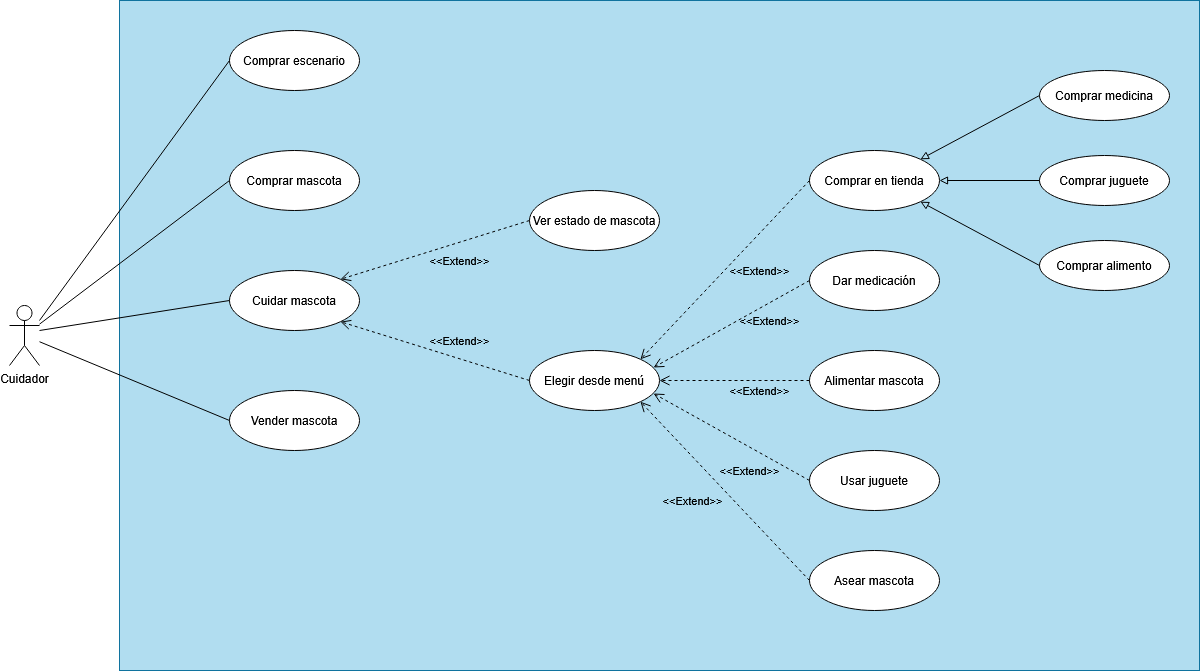
This is DiagramaDeCasos.png from Diego-Mtus/Proyecto-Final-DOO, a draw.io export, as it was before one commit. Source tidied: cells renumbered, new cells last; positions are measured from the earlier drawing's top-left corner, leaving out a move shared by most shapes.
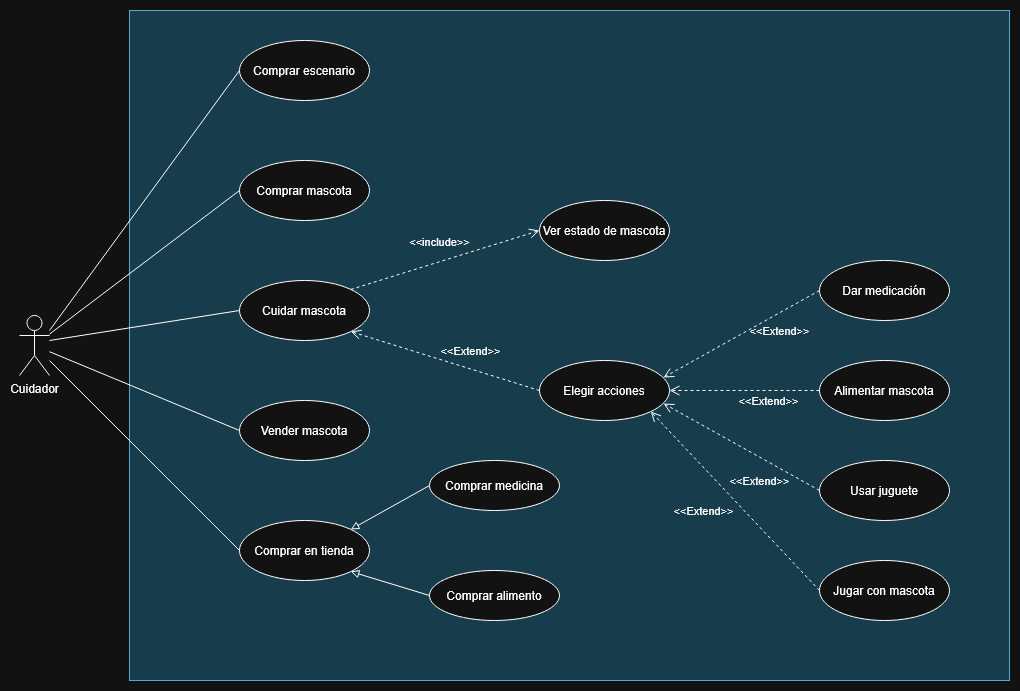
Above is the later version.

Commit message:
Actualización de diagrama de casos, también se agregaron los puntos requeridos del informe

The edit, as a diff of the source:
```diff
@@ -3,7 +3,7 @@
     <mxCell id="0" />
     <mxCell id="1" parent="0" />
     <mxCell id="2" style="rounded=0;whiteSpace=wrap;html=1;fillColor=#b1ddf0;strokeColor=#10739e;" parent="1" vertex="1">
-      <mxGeometry x="110" width="1080" height="670" as="geometry" />
+      <mxGeometry x="110" width="880" height="670" as="geometry" />
     </mxCell>
     <mxCell id="3" value="Comprar escenario" style="ellipse;whiteSpace=wrap;html=1;" parent="1" vertex="1">
       <mxGeometry x="220" y="30" width="130" height="60" as="geometry" />
@@ -17,7 +17,7 @@
     <mxCell id="6" value="Cuidar mascota" style="ellipse;whiteSpace=wrap;html=1;" parent="1" vertex="1">
       <mxGeometry x="220" y="270" width="130" height="60" as="geometry" />
     </mxCell>
-    <mxCell id="7" value="Elegir desde menú" style="ellipse;whiteSpace=wrap;html=1;" parent="1" vertex="1">
+    <mxCell id="7" value="Elegir acciones" style="ellipse;whiteSpace=wrap;html=1;" parent="1" vertex="1">
       <mxGeometry x="520" y="350" width="130" height="60" as="geometry" />
     </mxCell>
     <mxCell id="8" value="Ver estado de mascota" style="ellipse;whiteSpace=wrap;html=1;" parent="1" vertex="1">
@@ -29,26 +29,22 @@
     <mxCell id="10" value="Usar juguete" style="ellipse;whiteSpace=wrap;html=1;" parent="1" vertex="1">
       <mxGeometry x="800" y="450" width="130" height="60" as="geometry" />
     </mxCell>
-    <mxCell id="11" value="Asear mascota" style="ellipse;whiteSpace=wrap;html=1;" parent="1" vertex="1">
+    <mxCell id="11" value="Jugar con mascota" style="ellipse;whiteSpace=wrap;html=1;" parent="1" vertex="1">
       <mxGeometry x="800" y="550" width="130" height="60" as="geometry" />
     </mxCell>
     <mxCell id="12" value="Dar medicación" style="ellipse;whiteSpace=wrap;html=1;" parent="1" vertex="1">
       <mxGeometry x="800" y="250" width="130" height="60" as="geometry" />
     </mxCell>
     <mxCell id="13" value="Comprar en tienda" style="ellipse;whiteSpace=wrap;html=1;" parent="1" vertex="1">
-      <mxGeometry x="800" y="150" width="130" height="60" as="geometry" />
+      <mxGeometry x="220" y="510" width="130" height="60" as="geometry" />
     </mxCell>
-    <mxCell id="14" value="Comprar juguete" style="ellipse;whiteSpace=wrap;html=1;" parent="1" vertex="1">
-      <mxGeometry x="1030" y="155" width="130" height="50" as="geometry" />
-    </mxCell>
-    <mxCell id="15" value="Comprar medicina" style="ellipse;whiteSpace=wrap;html=1;" parent="1" vertex="1">
-      <mxGeometry x="1030" y="70" width="130" height="50" as="geometry" />
-    </mxCell>
     <mxCell id="16" value="Comprar alimento" style="ellipse;whiteSpace=wrap;html=1;" parent="1" vertex="1">
-      <mxGeometry x="1030" y="240" width="130" height="50" as="geometry" />
+      <mxGeometry x="410" y="560" width="130" height="50" as="geometry" />
     </mxCell>
-    <mxCell id="17" value="&amp;lt;&amp;lt;Extend&amp;gt;&amp;gt;" style="html=1;verticalAlign=bottom;endArrow=open;dashed=1;endSize=8;curved=0;rounded=0;entryX=1;entryY=0;entryDx=0;entryDy=0;exitX=0;exitY=0.5;exitDx=0;exitDy=0;labelBackgroundColor=none;" parent="1" edge="1" source="8" target="6">
-      <mxGeometry x="-0.17" y="27" relative="1" as="geometry" />
+    <mxCell id="17" value="&amp;lt;&amp;lt;include&amp;gt;&amp;gt;" style="html=1;verticalAlign=bottom;endArrow=open;dashed=1;endSize=8;curved=0;rounded=0;exitX=1;exitY=0;exitDx=0;exitDy=0;labelBackgroundColor=none;entryX=0;entryY=0.5;entryDx=0;entryDy=0;" parent="1" edge="1" source="6" target="8">
+      <mxGeometry x="-0.02" y="11" relative="1" as="geometry">
+        <mxPoint y="1" as="offset" />
+      </mxGeometry>
     </mxCell>
     <mxCell id="18" value="&amp;lt;&amp;lt;Extend&amp;gt;&amp;gt;" style="html=1;verticalAlign=bottom;endArrow=open;dashed=1;endSize=8;curved=0;rounded=0;entryX=1;entryY=1;entryDx=0;entryDy=0;exitX=0;exitY=0.5;exitDx=0;exitDy=0;labelBackgroundColor=none;" parent="1" edge="1" source="7" target="6">
       <mxGeometry x="-0.23" y="-8" relative="1" as="geometry" />
@@ -62,21 +58,12 @@
     <mxCell id="21" value="&amp;lt;&amp;lt;Extend&amp;gt;&amp;gt;" style="html=1;verticalAlign=bottom;endArrow=open;dashed=1;endSize=8;curved=0;rounded=0;entryX=1;entryY=0.5;entryDx=0;entryDy=0;exitX=0;exitY=0.5;exitDx=0;exitDy=0;labelBackgroundColor=none;" parent="1" edge="1" source="9" target="7">
       <mxGeometry x="-0.33" y="20" relative="1" as="geometry" />
     </mxCell>
-    <mxCell id="22" value="&amp;lt;&amp;lt;Extend&amp;gt;&amp;gt;" style="html=1;verticalAlign=bottom;endArrow=open;dashed=1;endSize=8;curved=0;rounded=0;entryX=1;entryY=0;entryDx=0;entryDy=0;exitX=0;exitY=0.5;exitDx=0;exitDy=0;labelBackgroundColor=none;" parent="1" edge="1" source="13" target="7">
-      <mxGeometry x="-0.13" y="32" relative="1" as="geometry" />
-    </mxCell>
     <mxCell id="23" value="&amp;lt;&amp;lt;Extend&amp;gt;&amp;gt;" style="html=1;verticalAlign=bottom;endArrow=open;dashed=1;endSize=8;curved=0;rounded=0;entryX=0.954;entryY=0.283;entryDx=0;entryDy=0;exitX=0;exitY=0.5;exitDx=0;exitDy=0;entryPerimeter=0;labelBackgroundColor=none;" parent="1" edge="1" source="12" target="7">
       <mxGeometry x="-0.34" y="24" relative="1" as="geometry" />
     </mxCell>
     <mxCell id="24" style="endArrow=block;html=1;rounded=0;endFill=0;entryX=1;entryY=0;entryDx=0;entryDy=0;exitX=0;exitY=0.5;exitDx=0;exitDy=0;" parent="1" edge="1" source="15" target="13">
       <mxGeometry relative="1" as="geometry" />
     </mxCell>
-    <mxCell id="25" style="endArrow=block;html=1;rounded=0;endFill=0;entryX=1;entryY=0.5;entryDx=0;entryDy=0;exitX=0;exitY=0.5;exitDx=0;exitDy=0;" parent="1" edge="1" source="14" target="13">
-      <mxGeometry relative="1" as="geometry" />
-    </mxCell>
-    <mxCell id="26" style="endArrow=block;html=1;rounded=0;endFill=0;entryX=1;entryY=1;entryDx=0;entryDy=0;exitX=0;exitY=0.5;exitDx=0;exitDy=0;" parent="1" edge="1" source="16" target="13">
-      <mxGeometry relative="1" as="geometry" />
-    </mxCell>
     <mxCell id="27" value="Cuidador" style="shape=umlActor;verticalLabelPosition=bottom;verticalAlign=top;html=1;outlineConnect=0;" parent="1" vertex="1">
       <mxGeometry y="305" width="30" height="60" as="geometry" />
     </mxCell>
@@ -96,5 +83,17 @@
     <mxCell id="31" style="endArrow=none;html=1;rounded=0;entryX=0;entryY=0.5;entryDx=0;entryDy=0;" parent="1" edge="1" source="27" target="5">
       <mxGeometry relative="1" as="geometry" />
     </mxCell>
+    <mxCell id="26" style="endArrow=block;html=1;rounded=0;endFill=0;entryX=1;entryY=1;entryDx=0;entryDy=0;exitX=0;exitY=0.5;exitDx=0;exitDy=0;" parent="1" edge="1" source="16" target="13">
+      <mxGeometry relative="1" as="geometry" />
+    </mxCell>
+    <mxCell id="15" value="Comprar medicina" style="ellipse;whiteSpace=wrap;html=1;" parent="1" vertex="1">
+      <mxGeometry x="410" y="450" width="130" height="50" as="geometry" />
+    </mxCell>
+    <mxCell id="32" style="endArrow=none;html=1;rounded=0;" parent="1" edge="1">
+      <mxGeometry relative="1" as="geometry">
+        <mxPoint x="30" y="350" as="sourcePoint" />
+        <mxPoint x="220" y="540" as="targetPoint" />
+      </mxGeometry>
+    </mxCell>
   </root>
 </mxGraphModel>
```
